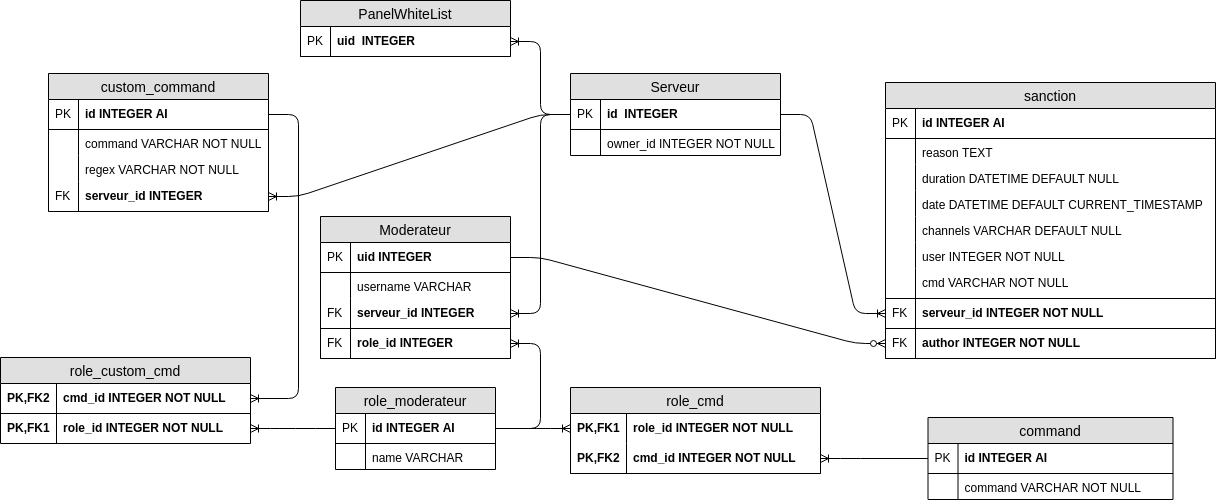
Above: doc/schema_logique.png in RomainCtl/discord_project (draw.io), before the change. Source tidied: cells renumbered, new cells last; positions are measured from the earlier drawing's top-left corner, leaving out a move shared by most shapes.
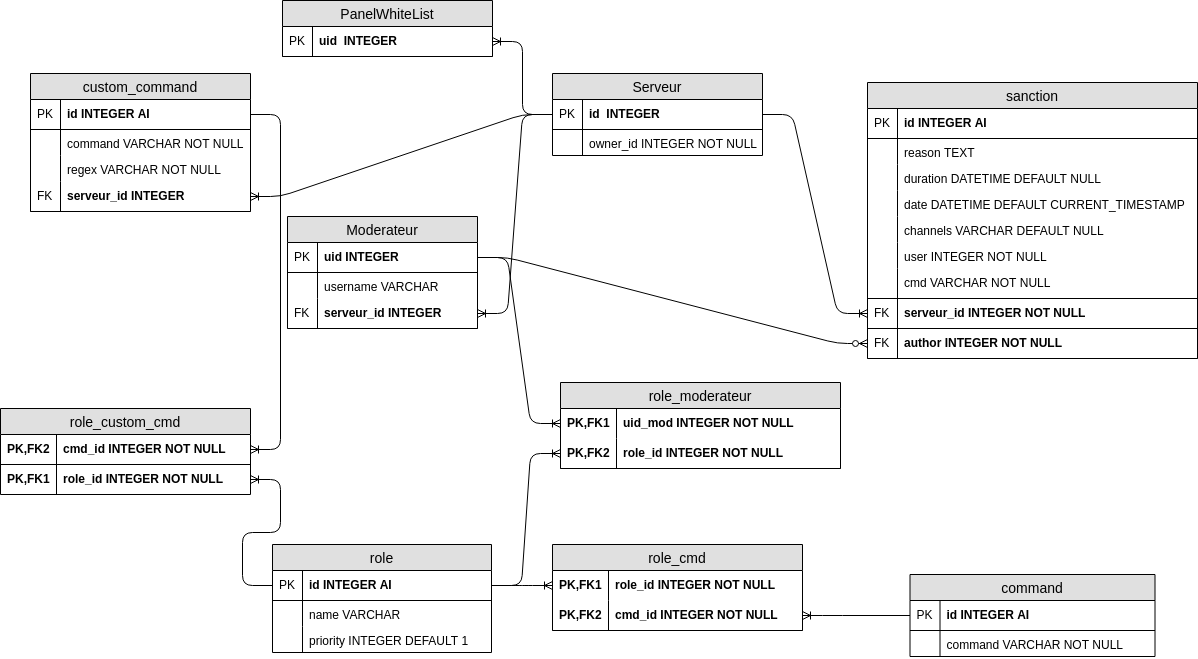
After the commit.

Commit message:
Un moderateur peut avoir plusieur roles

What changed in the source:
```diff
@@ -18,7 +18,7 @@
       <mxGeometry width="30" height="26" as="geometry" />
     </mxCell>
     <mxCell id="7" value="Moderateur" style="swimlane;fontStyle=0;horizontal=1;startSize=26;fillColor=#e0e0e0;swimlaneFillColor=#ffffff;align=center;fontSize=14;strokeColor=#000000;fontColor=#000000;" parent="1" vertex="1">
-      <mxGeometry x="320" y="216" width="190" height="142" as="geometry" />
+      <mxGeometry x="305" y="216" width="190" height="112" as="geometry" />
     </mxCell>
     <mxCell id="8" value="uid INTEGER" style="shape=partialRectangle;top=0;left=0;right=0;bottom=1;align=left;verticalAlign=middle;fillColor=none;spacingLeft=34;spacingRight=4;overflow=hidden;points=[[0,0.5],[1,0.5]];portConstraint=eastwest;fontStyle=1;fontSize=12;strokeColor=#000000;fontColor=#000000;" parent="7" vertex="1">
       <mxGeometry y="26" width="190" height="30" as="geometry" />
@@ -38,32 +38,32 @@
     <mxCell id="13" value="FK" style="shape=partialRectangle;top=0;left=0;bottom=0;fillColor=none;align=left;verticalAlign=middle;spacingLeft=4;spacingRight=4;overflow=hidden;fontSize=12;strokeColor=#000000;fontColor=#000000;" parent="12" vertex="1">
       <mxGeometry width="30" height="30" as="geometry" />
     </mxCell>
-    <mxCell id="14" value="role_id INTEGER" style="shape=partialRectangle;top=0;left=0;right=0;bottom=1;align=left;verticalAlign=middle;fillColor=none;spacingLeft=34;spacingRight=4;overflow=hidden;points=[[0,0.5],[1,0.5]];portConstraint=eastwest;fontStyle=1;fontSize=12;strokeColor=#000000;fontColor=#000000;" parent="7" vertex="1">
-      <mxGeometry y="112" width="190" height="30" as="geometry" />
-    </mxCell>
-    <mxCell id="15" value="FK" style="shape=partialRectangle;top=0;left=0;bottom=0;fillColor=none;align=left;verticalAlign=middle;spacingLeft=4;spacingRight=4;overflow=hidden;fontSize=12;strokeColor=#000000;fontColor=#000000;" parent="14" vertex="1">
-      <mxGeometry width="30" height="30" as="geometry" />
-    </mxCell>
     <mxCell id="16" style="edgeStyle=entityRelationEdgeStyle;fontSize=12;html=1;endArrow=ERoneToMany;strokeColor=#000000;fontColor=#000000;" parent="1" edge="1" source="2" target="12">
       <mxGeometry relative="1" as="geometry" />
     </mxCell>
-    <mxCell id="17" value="role_moderateur" style="swimlane;fontStyle=0;horizontal=1;startSize=26;fillColor=#e0e0e0;swimlaneFillColor=#ffffff;align=center;fontSize=14;strokeColor=#000000;fontColor=#000000;" parent="1" vertex="1">
-      <mxGeometry x="335" y="387" width="160" height="82" as="geometry" />
+    <mxCell id="17" value="role" style="swimlane;fontStyle=0;horizontal=1;startSize=26;fillColor=#e0e0e0;swimlaneFillColor=#ffffff;align=center;fontSize=14;strokeColor=#000000;fontColor=#000000;" parent="1" vertex="1">
+      <mxGeometry x="290" y="544" width="219" height="108" as="geometry" />
     </mxCell>
     <mxCell id="18" value="id INTEGER AI" style="shape=partialRectangle;top=0;left=0;right=0;bottom=1;align=left;verticalAlign=middle;fillColor=none;spacingLeft=34;spacingRight=4;overflow=hidden;points=[[0,0.5],[1,0.5]];portConstraint=eastwest;fontStyle=1;fontSize=12;strokeColor=#000000;fontColor=#000000;" parent="17" vertex="1">
-      <mxGeometry y="26" width="160" height="30" as="geometry" />
+      <mxGeometry y="26" width="219" height="30" as="geometry" />
     </mxCell>
     <mxCell id="19" value="PK" style="shape=partialRectangle;top=0;left=0;bottom=0;fillColor=none;align=left;verticalAlign=middle;spacingLeft=4;spacingRight=4;overflow=hidden;fontSize=12;strokeColor=#000000;fontColor=#000000;" parent="18" vertex="1">
       <mxGeometry width="30" height="30" as="geometry" />
     </mxCell>
     <mxCell id="20" value="name VARCHAR" style="shape=partialRectangle;top=0;left=0;right=0;bottom=0;align=left;verticalAlign=top;fillColor=none;spacingLeft=34;spacingRight=4;overflow=hidden;fontSize=12;strokeColor=#000000;fontColor=#000000;" parent="17" vertex="1">
-      <mxGeometry y="56" width="160" height="26" as="geometry" />
+      <mxGeometry y="56" width="219" height="26" as="geometry" />
     </mxCell>
     <mxCell id="21" style="shape=partialRectangle;top=0;left=0;bottom=0;fillColor=none;align=left;verticalAlign=top;spacingLeft=4;spacingRight=4;overflow=hidden;fontSize=12;strokeColor=#000000;fontColor=#000000;" parent="20" vertex="1">
       <mxGeometry width="30" height="26" as="geometry" />
     </mxCell>
+    <mxCell id="77" value="priority INTEGER DEFAULT 1" style="shape=partialRectangle;top=0;left=0;right=0;bottom=0;align=left;verticalAlign=top;fillColor=none;spacingLeft=34;spacingRight=4;overflow=hidden;fontSize=12;strokeColor=#000000;fontColor=#000000;" parent="17" vertex="1">
+      <mxGeometry y="82" width="219" height="26" as="geometry" />
+    </mxCell>
+    <mxCell id="78" style="shape=partialRectangle;top=0;left=0;bottom=0;fillColor=none;align=left;verticalAlign=top;spacingLeft=4;spacingRight=4;overflow=hidden;fontSize=12;strokeColor=#000000;fontColor=#000000;" parent="77" vertex="1">
+      <mxGeometry width="30" height="26" as="geometry" />
+    </mxCell>
     <mxCell id="22" value="command" style="swimlane;fontStyle=0;horizontal=1;startSize=26;fillColor=#e0e0e0;swimlaneFillColor=#ffffff;align=center;fontSize=14;strokeColor=#000000;fontColor=#000000;" parent="1" vertex="1">
-      <mxGeometry x="927.5" y="417" width="245" height="82" as="geometry" />
+      <mxGeometry x="927.5" y="574" width="245" height="82" as="geometry" />
     </mxCell>
     <mxCell id="23" value="id INTEGER AI" style="shape=partialRectangle;top=0;left=0;right=0;bottom=1;align=left;verticalAlign=middle;fillColor=none;spacingLeft=34;spacingRight=4;overflow=hidden;points=[[0,0.5],[1,0.5]];portConstraint=eastwest;fontStyle=1;fontSize=12;fontColor=#000000;strokeColor=#000000;" parent="22" vertex="1">
       <mxGeometry y="26" width="245" height="30" as="geometry" />
@@ -77,10 +77,7 @@
     <mxCell id="26" style="shape=partialRectangle;top=0;left=0;bottom=0;fillColor=none;align=left;verticalAlign=top;spacingLeft=4;spacingRight=4;overflow=hidden;fontSize=12;fontColor=#000000;strokeColor=#000000;" parent="25" vertex="1">
       <mxGeometry width="30" height="26" as="geometry" />
     </mxCell>
-    <mxCell id="27" style="edgeStyle=entityRelationEdgeStyle;fontSize=12;html=1;endArrow=ERoneToMany;strokeColor=#000000;fontColor=#000000;" parent="1" edge="1" source="17" target="14">
-      <mxGeometry relative="1" as="geometry" />
-    </mxCell>
-    <mxCell id="28" style="edgeStyle=entityRelationEdgeStyle;fontSize=12;html=1;endArrow=ERoneToMany;strokeColor=#000000;fontColor=#000000;" parent="1" edge="1" source="17" target="51">
+    <mxCell id="28" style="edgeStyle=entityRelationEdgeStyle;fontSize=12;html=1;endArrow=ERoneToMany;strokeColor=#000000;fontColor=#000000;" parent="1" edge="1" source="18" target="51">
       <mxGeometry relative="1" as="geometry" />
     </mxCell>
     <mxCell id="29" style="edgeStyle=entityRelationEdgeStyle;fontSize=12;html=1;endArrow=ERoneToMany;strokeColor=#000000;fontColor=#000000;" parent="1" edge="1" source="23" target="53">
@@ -147,7 +144,7 @@
       <mxGeometry relative="1" as="geometry" />
     </mxCell>
     <mxCell id="50" value="role_cmd" style="swimlane;fontStyle=0;horizontal=1;startSize=26;fillColor=#e0e0e0;swimlaneFillColor=#ffffff;align=center;fontSize=14;strokeColor=#000000;fontColor=#000000;" parent="1" vertex="1">
-      <mxGeometry x="570" y="387" width="250" height="86" as="geometry" />
+      <mxGeometry x="570" y="544" width="250" height="86" as="geometry" />
     </mxCell>
     <mxCell id="51" value="role_id INTEGER NOT NULL" style="shape=partialRectangle;top=0;left=0;right=0;bottom=0;align=left;verticalAlign=middle;fillColor=none;spacingLeft=60;spacingRight=4;overflow=hidden;points=[[0,0.5],[1,0.5]];portConstraint=eastwest;fontStyle=1;fontSize=12;fontColor=#000000;strokeColor=#000000;" parent="50" vertex="1">
       <mxGeometry y="26" width="250" height="30" as="geometry" />
@@ -192,7 +189,7 @@
       <mxGeometry width="30" height="30" as="geometry" />
     </mxCell>
     <mxCell id="65" value="role_custom_cmd" style="swimlane;fontStyle=0;horizontal=1;startSize=26;fillColor=#e0e0e0;swimlaneFillColor=#ffffff;align=center;fontSize=14;strokeColor=#000000;fontColor=#000000;" parent="1" vertex="1">
-      <mxGeometry y="357" width="250" height="86" as="geometry" />
+      <mxGeometry x="18" y="408" width="250" height="86" as="geometry" />
     </mxCell>
     <mxCell id="66" value="cmd_id INTEGER NOT NULL" style="shape=partialRectangle;top=0;left=0;right=0;bottom=1;align=left;verticalAlign=middle;fillColor=none;spacingLeft=60;spacingRight=4;overflow=hidden;points=[[0,0.5],[1,0.5]];portConstraint=eastwest;fontStyle=1;fontSize=12;fontColor=#000000;strokeColor=#000000;" parent="65" vertex="1">
       <mxGeometry y="26" width="250" height="30" as="geometry" />
@@ -227,5 +224,26 @@
     <mxCell id="76" style="edgeStyle=entityRelationEdgeStyle;fontSize=12;html=1;endArrow=ERoneToMany;strokeColor=#000000;" parent="1" edge="1" source="3" target="74">
       <mxGeometry relative="1" as="geometry" />
     </mxCell>
+    <mxCell id="79" value="role_moderateur" style="swimlane;fontStyle=0;horizontal=1;startSize=26;fillColor=#e0e0e0;swimlaneFillColor=#ffffff;align=center;fontSize=14;strokeColor=#000000;fontColor=#000000;" parent="1" vertex="1">
+      <mxGeometry x="578" y="382" width="280" height="86" as="geometry" />
+    </mxCell>
+    <mxCell id="80" value="uid_mod INTEGER NOT NULL" style="shape=partialRectangle;top=0;left=0;right=0;bottom=0;align=left;verticalAlign=middle;fillColor=none;spacingLeft=60;spacingRight=4;overflow=hidden;points=[[0,0.5],[1,0.5]];portConstraint=eastwest;fontStyle=1;fontSize=12;fontColor=#000000;strokeColor=#000000;" parent="79" vertex="1">
+      <mxGeometry y="26" width="280" height="30" as="geometry" />
+    </mxCell>
+    <mxCell id="81" value="PK,FK1" style="shape=partialRectangle;fontStyle=1;top=0;left=0;bottom=0;fillColor=none;align=left;verticalAlign=middle;spacingLeft=4;spacingRight=4;overflow=hidden;fontSize=12;fontColor=#000000;strokeColor=#000000;" parent="80" vertex="1">
+      <mxGeometry width="56" height="30" as="geometry" />
+    </mxCell>
+    <mxCell id="82" value="role_id INTEGER NOT NULL" style="shape=partialRectangle;top=0;left=0;right=0;bottom=1;align=left;verticalAlign=middle;fillColor=none;spacingLeft=60;spacingRight=4;overflow=hidden;points=[[0,0.5],[1,0.5]];portConstraint=eastwest;fontStyle=1;fontSize=12;fontColor=#000000;strokeColor=#000000;" parent="79" vertex="1">
+      <mxGeometry y="56" width="280" height="30" as="geometry" />
+    </mxCell>
+    <mxCell id="83" value="PK,FK2" style="shape=partialRectangle;fontStyle=1;top=0;left=0;bottom=0;fillColor=none;align=left;verticalAlign=middle;spacingLeft=4;spacingRight=4;overflow=hidden;fontSize=12;fontColor=#000000;strokeColor=#000000;" parent="82" vertex="1">
+      <mxGeometry width="56" height="30" as="geometry" />
+    </mxCell>
+    <mxCell id="84" style="edgeStyle=entityRelationEdgeStyle;fontSize=12;html=1;endArrow=ERoneToMany;strokeColor=#000000;" parent="1" edge="1" source="8" target="80">
+      <mxGeometry relative="1" as="geometry" />
+    </mxCell>
+    <mxCell id="85" style="edgeStyle=entityRelationEdgeStyle;fontSize=12;html=1;endArrow=ERoneToMany;strokeColor=#000000;" parent="1" edge="1" source="18" target="82">
+      <mxGeometry relative="1" as="geometry" />
+    </mxCell>
   </root>
 </mxGraphModel>
```
